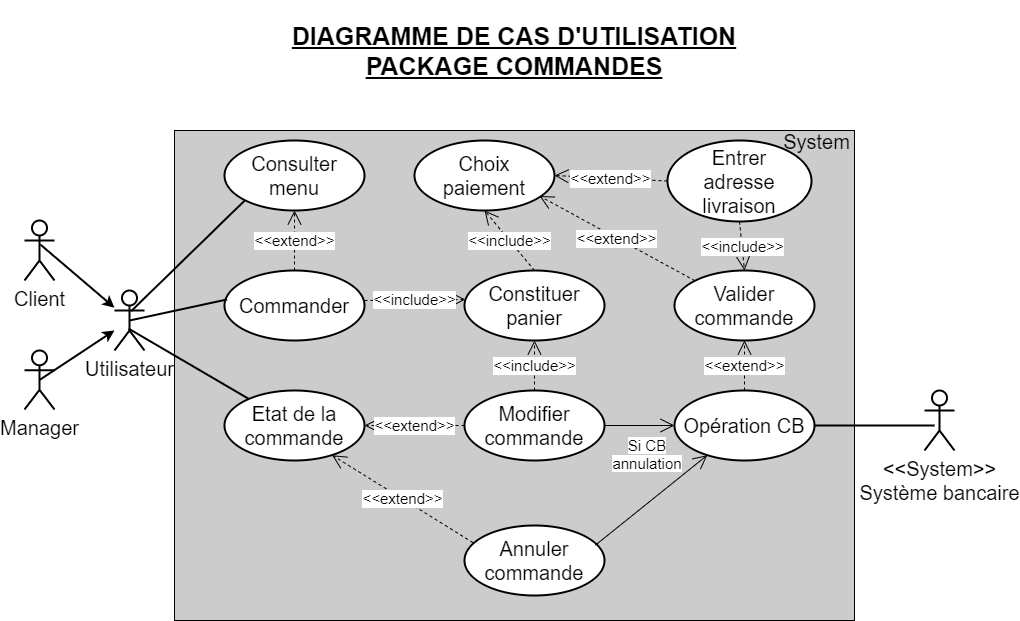
Before: diagrammes/diagramme de cas d'utilisation - commandes.png, a diagram exported from draw.io (Tony380/Projet4). Source tidied: cells renumbered, new cells last; positions are measured from the earlier drawing's top-left corner, leaving out a move shared by most shapes. Source of this version:
```xml
<mxGraphModel>
  <root>
    <mxCell id="0" />
    <mxCell id="1" parent="0" />
    <mxCell id="2" style="rounded=0;whiteSpace=wrap;html=1;fillColor=#CCCCCC;" parent="1" vertex="1">
      <mxGeometry x="150" y="130" width="680" height="490" as="geometry" />
    </mxCell>
    <mxCell id="3" value="&lt;font style=&quot;font-size: 20px&quot;&gt;&amp;lt;&amp;lt;System&amp;gt;&amp;gt;&lt;br&gt;Système bancaire&lt;/font&gt;" style="shape=umlActor;verticalLabelPosition=bottom;labelBackgroundColor=#ffffff;verticalAlign=top;html=1;strokeWidth=2;" parent="1" vertex="1">
      <mxGeometry x="900" y="390" width="30" height="60" as="geometry" />
    </mxCell>
    <mxCell id="4" value="&lt;font style=&quot;font-size: 20px&quot;&gt;Client&lt;/font&gt;" style="shape=umlActor;verticalLabelPosition=bottom;labelBackgroundColor=#ffffff;verticalAlign=top;html=1;strokeWidth=2;" parent="1" vertex="1">
      <mxGeometry y="220" width="30" height="60" as="geometry" />
    </mxCell>
    <mxCell id="5" value="&lt;font style=&quot;font-size: 20px&quot;&gt;Utilisateur&lt;/font&gt;" style="shape=umlActor;verticalLabelPosition=bottom;labelBackgroundColor=#ffffff;verticalAlign=top;html=1;strokeWidth=2;" parent="1" vertex="1">
      <mxGeometry x="90" y="290" width="30" height="60" as="geometry" />
    </mxCell>
    <mxCell id="6" value="&lt;font style=&quot;font-size: 20px&quot;&gt;Manager&lt;/font&gt;" style="shape=umlActor;verticalLabelPosition=bottom;labelBackgroundColor=#ffffff;verticalAlign=top;html=1;strokeWidth=2;" parent="1" vertex="1">
      <mxGeometry y="350" width="30" height="59" as="geometry" />
    </mxCell>
    <mxCell id="7" value="&lt;font style=&quot;font-size: 20px&quot;&gt;Consulter menu&lt;/font&gt;" style="ellipse;whiteSpace=wrap;html=1;strokeWidth=2;" parent="1" vertex="1">
      <mxGeometry x="200" y="140" width="140" height="70" as="geometry" />
    </mxCell>
    <mxCell id="8" value="&lt;font style=&quot;font-size: 20px&quot;&gt;Commander&lt;/font&gt;" style="ellipse;whiteSpace=wrap;html=1;strokeWidth=2;" parent="1" vertex="1">
      <mxGeometry x="200" y="270" width="140" height="70" as="geometry" />
    </mxCell>
    <mxCell id="9" value="&lt;font style=&quot;font-size: 20px&quot;&gt;Constituer panier&lt;/font&gt;" style="ellipse;whiteSpace=wrap;html=1;strokeWidth=2;" parent="1" vertex="1">
      <mxGeometry x="440" y="270" width="140" height="70" as="geometry" />
    </mxCell>
    <mxCell id="10" value="&lt;font style=&quot;font-size: 15px&quot;&gt;&amp;lt;&amp;lt;include&amp;gt;&amp;gt;&lt;/font&gt;" style="endArrow=open;endSize=12;dashed=1;html=1;entryX=0.007;entryY=0.414;entryDx=0;entryDy=0;entryPerimeter=0;" parent="1" edge="1" target="9">
      <mxGeometry relative="1" as="geometry">
        <mxPoint x="340" y="300" as="sourcePoint" />
      </mxGeometry>
    </mxCell>
    <mxCell id="11" value="&lt;font style=&quot;font-size: 20px&quot;&gt;Choix paiement&lt;/font&gt;" style="ellipse;whiteSpace=wrap;html=1;strokeWidth=2;" parent="1" vertex="1">
      <mxGeometry x="390" y="140" width="140" height="70" as="geometry" />
    </mxCell>
    <mxCell id="12" value="&lt;font style=&quot;font-size: 15px&quot;&gt;&amp;lt;&amp;lt;include&amp;gt;&amp;gt;&lt;/font&gt;" style="endArrow=open;endSize=12;dashed=1;html=1;entryX=0.5;entryY=1;entryDx=0;entryDy=0;" parent="1" edge="1" target="11">
      <mxGeometry relative="1" as="geometry">
        <mxPoint x="510" y="270" as="sourcePoint" />
      </mxGeometry>
    </mxCell>
    <mxCell id="13" value="&lt;font style=&quot;font-size: 20px&quot;&gt;Entrer&lt;br&gt;adresse livraison&lt;/font&gt;" style="ellipse;whiteSpace=wrap;html=1;strokeWidth=2;" parent="1" vertex="1">
      <mxGeometry x="643" y="140" width="144" height="81" as="geometry" />
    </mxCell>
    <mxCell id="14" value="&lt;font style=&quot;font-size: 15px&quot;&gt;&amp;lt;&amp;lt;extend&amp;gt;&amp;gt;&lt;/font&gt;" style="endArrow=open;endSize=12;dashed=1;html=1;entryX=1;entryY=0.5;entryDx=0;entryDy=0;exitX=0;exitY=0.5;exitDx=0;exitDy=0;" parent="1" edge="1" source="13" target="11">
      <mxGeometry relative="1" as="geometry" />
    </mxCell>
    <mxCell id="15" value="&lt;font style=&quot;font-size: 20px&quot;&gt;System&lt;/font&gt;" style="text;html=1;align=center;verticalAlign=middle;" parent="1" vertex="1">
      <mxGeometry x="753" y="130" width="77" height="21" as="geometry" />
    </mxCell>
    <mxCell id="16" value="&lt;font style=&quot;font-size: 20px&quot;&gt;Valider commande&lt;/font&gt;" style="ellipse;whiteSpace=wrap;html=1;strokeWidth=2;fillColor=#FFFFFF;" parent="1" vertex="1">
      <mxGeometry x="650" y="270" width="140" height="70" as="geometry" />
    </mxCell>
    <mxCell id="17" style="line;strokeWidth=2;fillColor=none;align=left;verticalAlign=middle;spacingTop=-1;spacingLeft=3;spacingRight=3;labelPosition=right;" parent="1" vertex="1">
      <mxGeometry x="790" y="421" width="120" height="8" as="geometry" />
    </mxCell>
    <mxCell id="18" value="&lt;font style=&quot;font-size: 15px&quot;&gt;&amp;lt;&amp;lt;include&amp;gt;&amp;gt;&lt;/font&gt;" style="endArrow=open;endSize=12;dashed=1;html=1;exitX=0.5;exitY=1;exitDx=0;exitDy=0;entryX=0.5;entryY=0;entryDx=0;entryDy=0;" parent="1" edge="1" source="13" target="16">
      <mxGeometry relative="1" as="geometry" />
    </mxCell>
    <mxCell id="19" value="&lt;font style=&quot;font-size: 15px&quot;&gt;&amp;lt;&amp;lt;extend&amp;gt;&amp;gt;&lt;/font&gt;" style="endArrow=open;endSize=12;dashed=1;html=1;exitX=0.5;exitY=0;exitDx=0;exitDy=0;entryX=0.5;entryY=1;entryDx=0;entryDy=0;" parent="1" edge="1" source="8" target="7">
      <mxGeometry relative="1" as="geometry" />
    </mxCell>
    <mxCell id="20" value="&lt;font style=&quot;font-size: 15px&quot;&gt;&amp;lt;&amp;lt;extend&amp;gt;&amp;gt;&lt;/font&gt;" style="endArrow=open;endSize=12;dashed=1;html=1;exitX=0;exitY=0;exitDx=0;exitDy=0;entryX=0.893;entryY=0.793;entryDx=0;entryDy=0;entryPerimeter=0;" parent="1" edge="1" source="16" target="11">
      <mxGeometry relative="1" as="geometry" />
    </mxCell>
    <mxCell id="21" value="&lt;font style=&quot;font-size: 20px&quot;&gt;Opération CB&lt;/font&gt;" style="ellipse;whiteSpace=wrap;html=1;strokeWidth=2;fillColor=#FFFFFF;" parent="1" vertex="1">
      <mxGeometry x="650" y="390" width="140" height="70" as="geometry" />
    </mxCell>
    <mxCell id="22" value="&lt;font style=&quot;font-size: 15px&quot;&gt;&amp;lt;&amp;lt;extend&amp;gt;&amp;gt;&lt;/font&gt;" style="endArrow=open;endSize=12;dashed=1;html=1;entryX=0.5;entryY=1;entryDx=0;entryDy=0;" parent="1" edge="1" source="21" target="16">
      <mxGeometry relative="1" as="geometry" />
    </mxCell>
    <mxCell id="23" value="&lt;font style=&quot;font-size: 20px&quot;&gt;Etat de la commande&lt;/font&gt;" style="ellipse;whiteSpace=wrap;html=1;strokeWidth=2;fillColor=#FFFFFF;" parent="1" vertex="1">
      <mxGeometry x="200" y="390" width="140" height="70" as="geometry" />
    </mxCell>
    <mxCell id="24" value="&lt;font style=&quot;font-size: 20px&quot;&gt;Annuler commande&lt;/font&gt;" style="ellipse;whiteSpace=wrap;html=1;strokeWidth=2;fillColor=#FFFFFF;" parent="1" vertex="1">
      <mxGeometry x="440" y="525" width="140" height="70" as="geometry" />
    </mxCell>
    <mxCell id="25" value="&lt;font style=&quot;font-size: 20px&quot;&gt;Modifier commande&lt;/font&gt;" style="ellipse;whiteSpace=wrap;html=1;strokeWidth=2;fillColor=#FFFFFF;" parent="1" vertex="1">
      <mxGeometry x="440" y="390" width="140" height="70" as="geometry" />
    </mxCell>
    <mxCell id="26" value="&lt;font style=&quot;font-size: 15px&quot;&gt;&amp;lt;&amp;lt;extend&amp;gt;&amp;gt;&lt;/font&gt;" style="endArrow=open;endSize=12;dashed=1;html=1;exitX=0;exitY=0.5;exitDx=0;exitDy=0;entryX=1;entryY=0.5;entryDx=0;entryDy=0;" parent="1" edge="1" source="25" target="23">
      <mxGeometry relative="1" as="geometry" />
    </mxCell>
    <mxCell id="27" value="&lt;font style=&quot;font-size: 15px&quot;&gt;&amp;lt;&amp;lt;extend&amp;gt;&amp;gt;&lt;/font&gt;" style="endArrow=open;endSize=12;dashed=1;html=1;exitX=0.061;exitY=0.245;exitDx=0;exitDy=0;exitPerimeter=0;entryX=0.769;entryY=0.925;entryDx=0;entryDy=0;entryPerimeter=0;" parent="1" edge="1" source="24" target="23">
      <mxGeometry relative="1" as="geometry" />
    </mxCell>
    <mxCell id="28" style="endArrow=open;endFill=1;endSize=12;html=1;exitX=0.935;exitY=0.281;exitDx=0;exitDy=0;exitPerimeter=0;" parent="1" edge="1" source="24" target="21">
      <mxGeometry relative="1" as="geometry" />
    </mxCell>
    <mxCell id="29" style="endArrow=open;endFill=1;endSize=12;html=1;exitX=1;exitY=0.5;exitDx=0;exitDy=0;entryX=0;entryY=0.5;entryDx=0;entryDy=0;" parent="1" edge="1" source="25" target="21">
      <mxGeometry relative="1" as="geometry" />
    </mxCell>
    <mxCell id="30" value="&lt;font style=&quot;font-size: 15px&quot;&gt;&amp;lt;&amp;lt;include&amp;gt;&amp;gt;&lt;/font&gt;" style="endArrow=open;endSize=12;dashed=1;html=1;entryX=0.5;entryY=1;entryDx=0;entryDy=0;exitX=0.5;exitY=0;exitDx=0;exitDy=0;" parent="1" edge="1" source="25" target="9">
      <mxGeometry relative="1" as="geometry" />
    </mxCell>
    <mxCell id="31" value="&lt;span style=&quot;background-color: rgb(255 , 255 , 255) ; font-size: 15px&quot;&gt;Si CB&lt;br&gt;annulation&lt;/span&gt;" style="text;html=1;align=center;verticalAlign=middle;whiteSpace=wrap;rounded=0;" parent="1" vertex="1">
      <mxGeometry x="590" y="429" width="66" height="50" as="geometry" />
    </mxCell>
    <mxCell id="32" value="&lt;font style=&quot;font-size: 25px&quot;&gt;&lt;b&gt;&lt;u&gt;DIAGRAMME DE CAS D'UTILISATION&lt;br&gt;PACKAGE COMMANDES&lt;/u&gt;&lt;/b&gt;&lt;/font&gt;" style="text;html=1;strokeColor=none;fillColor=none;align=center;verticalAlign=middle;whiteSpace=wrap;rounded=0;" parent="1" vertex="1">
      <mxGeometry x="245" width="490" height="100" as="geometry" />
    </mxCell>
    <mxCell id="33" style="endArrow=none;html=1;strokeWidth=2;entryX=0;entryY=1;entryDx=0;entryDy=0;exitX=0.556;exitY=0.344;exitDx=0;exitDy=0;exitPerimeter=0;" parent="1" edge="1" source="5" target="7">
      <mxGeometry relative="1" as="geometry" />
    </mxCell>
    <mxCell id="34" style="endArrow=none;html=1;strokeWidth=2;exitX=0.5;exitY=0.5;exitDx=0;exitDy=0;exitPerimeter=0;entryX=0.018;entryY=0.414;entryDx=0;entryDy=0;entryPerimeter=0;" parent="1" edge="1" source="5" target="8">
      <mxGeometry relative="1" as="geometry" />
    </mxCell>
    <mxCell id="35" style="endArrow=none;html=1;strokeWidth=2;exitX=0.472;exitY=0.636;exitDx=0;exitDy=0;exitPerimeter=0;" parent="1" edge="1" source="5" target="23">
      <mxGeometry relative="1" as="geometry" />
    </mxCell>
    <mxCell id="36" style="endArrow=classic;html=1;strokeWidth=2;exitX=0.528;exitY=0.4;exitDx=0;exitDy=0;exitPerimeter=0;" parent="1" edge="1" source="4" target="5">
      <mxGeometry relative="1" as="geometry" />
    </mxCell>
    <mxCell id="37" style="endArrow=classic;html=1;strokeWidth=2;exitX=0.5;exitY=0.5;exitDx=0;exitDy=0;exitPerimeter=0;" parent="1" edge="1" source="6" target="5">
      <mxGeometry relative="1" as="geometry" />
    </mxCell>
  </root>
</mxGraphModel>
```
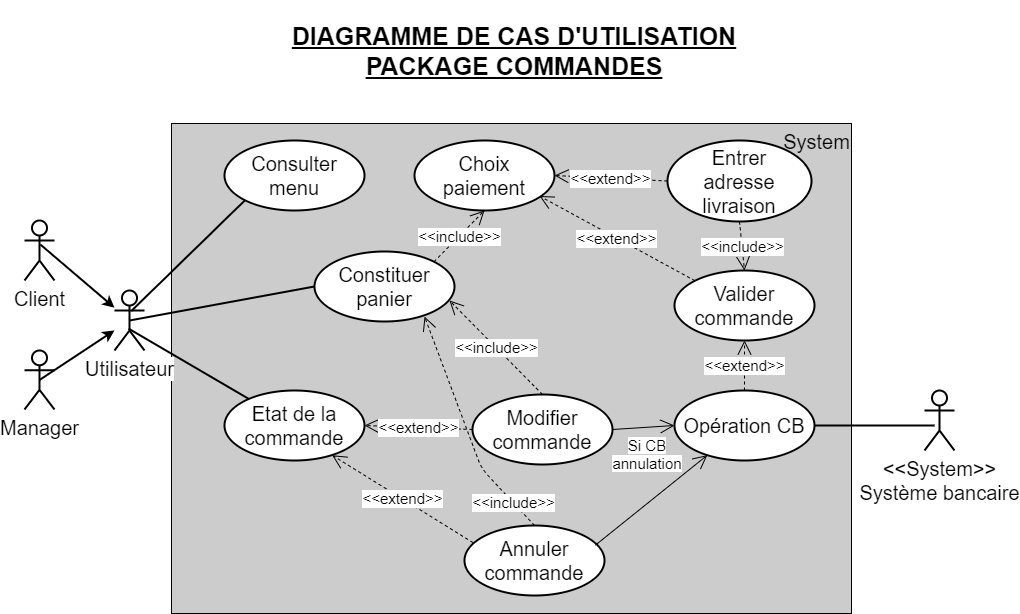
The same file after the commit.

The edit, as a diff of the source:
```diff
@@ -3,7 +3,7 @@
     <mxCell id="0" />
     <mxCell id="1" parent="0" />
     <mxCell id="2" style="rounded=0;whiteSpace=wrap;html=1;fillColor=#CCCCCC;" parent="1" vertex="1">
-      <mxGeometry x="150" y="130" width="680" height="490" as="geometry" />
+      <mxGeometry x="147" y="123" width="680" height="490" as="geometry" />
     </mxCell>
     <mxCell id="3" value="&lt;font style=&quot;font-size: 20px&quot;&gt;&amp;lt;&amp;lt;System&amp;gt;&amp;gt;&lt;br&gt;Système bancaire&lt;/font&gt;" style="shape=umlActor;verticalLabelPosition=bottom;labelBackgroundColor=#ffffff;verticalAlign=top;html=1;strokeWidth=2;" parent="1" vertex="1">
       <mxGeometry x="900" y="390" width="30" height="60" as="geometry" />
@@ -20,24 +20,14 @@
     <mxCell id="7" value="&lt;font style=&quot;font-size: 20px&quot;&gt;Consulter menu&lt;/font&gt;" style="ellipse;whiteSpace=wrap;html=1;strokeWidth=2;" parent="1" vertex="1">
       <mxGeometry x="200" y="140" width="140" height="70" as="geometry" />
     </mxCell>
-    <mxCell id="8" value="&lt;font style=&quot;font-size: 20px&quot;&gt;Commander&lt;/font&gt;" style="ellipse;whiteSpace=wrap;html=1;strokeWidth=2;" parent="1" vertex="1">
-      <mxGeometry x="200" y="270" width="140" height="70" as="geometry" />
-    </mxCell>
     <mxCell id="9" value="&lt;font style=&quot;font-size: 20px&quot;&gt;Constituer panier&lt;/font&gt;" style="ellipse;whiteSpace=wrap;html=1;strokeWidth=2;" parent="1" vertex="1">
-      <mxGeometry x="440" y="270" width="140" height="70" as="geometry" />
+      <mxGeometry x="290" y="251" width="140" height="70" as="geometry" />
     </mxCell>
-    <mxCell id="10" value="&lt;font style=&quot;font-size: 15px&quot;&gt;&amp;lt;&amp;lt;include&amp;gt;&amp;gt;&lt;/font&gt;" style="endArrow=open;endSize=12;dashed=1;html=1;entryX=0.007;entryY=0.414;entryDx=0;entryDy=0;entryPerimeter=0;" parent="1" edge="1" target="9">
-      <mxGeometry relative="1" as="geometry">
-        <mxPoint x="340" y="300" as="sourcePoint" />
-      </mxGeometry>
-    </mxCell>
     <mxCell id="11" value="&lt;font style=&quot;font-size: 20px&quot;&gt;Choix paiement&lt;/font&gt;" style="ellipse;whiteSpace=wrap;html=1;strokeWidth=2;" parent="1" vertex="1">
       <mxGeometry x="390" y="140" width="140" height="70" as="geometry" />
     </mxCell>
-    <mxCell id="12" value="&lt;font style=&quot;font-size: 15px&quot;&gt;&amp;lt;&amp;lt;include&amp;gt;&amp;gt;&lt;/font&gt;" style="endArrow=open;endSize=12;dashed=1;html=1;entryX=0.5;entryY=1;entryDx=0;entryDy=0;" parent="1" edge="1" target="11">
-      <mxGeometry relative="1" as="geometry">
-        <mxPoint x="510" y="270" as="sourcePoint" />
-      </mxGeometry>
+    <mxCell id="12" value="&lt;font style=&quot;font-size: 15px&quot;&gt;&amp;lt;&amp;lt;include&amp;gt;&amp;gt;&lt;/font&gt;" style="endArrow=open;endSize=12;dashed=1;html=1;entryX=0.5;entryY=1;entryDx=0;entryDy=0;exitX=1;exitY=0;exitDx=0;exitDy=0;" parent="1" edge="1" source="9" target="11">
+      <mxGeometry relative="1" as="geometry" />
     </mxCell>
     <mxCell id="13" value="&lt;font style=&quot;font-size: 20px&quot;&gt;Entrer&lt;br&gt;adresse livraison&lt;/font&gt;" style="ellipse;whiteSpace=wrap;html=1;strokeWidth=2;" parent="1" vertex="1">
       <mxGeometry x="643" y="140" width="144" height="81" as="geometry" />
@@ -57,9 +47,6 @@
     <mxCell id="18" value="&lt;font style=&quot;font-size: 15px&quot;&gt;&amp;lt;&amp;lt;include&amp;gt;&amp;gt;&lt;/font&gt;" style="endArrow=open;endSize=12;dashed=1;html=1;exitX=0.5;exitY=1;exitDx=0;exitDy=0;entryX=0.5;entryY=0;entryDx=0;entryDy=0;" parent="1" edge="1" source="13" target="16">
       <mxGeometry relative="1" as="geometry" />
     </mxCell>
-    <mxCell id="19" value="&lt;font style=&quot;font-size: 15px&quot;&gt;&amp;lt;&amp;lt;extend&amp;gt;&amp;gt;&lt;/font&gt;" style="endArrow=open;endSize=12;dashed=1;html=1;exitX=0.5;exitY=0;exitDx=0;exitDy=0;entryX=0.5;entryY=1;entryDx=0;entryDy=0;" parent="1" edge="1" source="8" target="7">
-      <mxGeometry relative="1" as="geometry" />
-    </mxCell>
     <mxCell id="20" value="&lt;font style=&quot;font-size: 15px&quot;&gt;&amp;lt;&amp;lt;extend&amp;gt;&amp;gt;&lt;/font&gt;" style="endArrow=open;endSize=12;dashed=1;html=1;exitX=0;exitY=0;exitDx=0;exitDy=0;entryX=0.893;entryY=0.793;entryDx=0;entryDy=0;entryPerimeter=0;" parent="1" edge="1" source="16" target="11">
       <mxGeometry relative="1" as="geometry" />
     </mxCell>
@@ -76,7 +63,7 @@
       <mxGeometry x="440" y="525" width="140" height="70" as="geometry" />
     </mxCell>
     <mxCell id="25" value="&lt;font style=&quot;font-size: 20px&quot;&gt;Modifier commande&lt;/font&gt;" style="ellipse;whiteSpace=wrap;html=1;strokeWidth=2;fillColor=#FFFFFF;" parent="1" vertex="1">
-      <mxGeometry x="440" y="390" width="140" height="70" as="geometry" />
+      <mxGeometry x="448" y="394" width="140" height="70" as="geometry" />
     </mxCell>
     <mxCell id="26" value="&lt;font style=&quot;font-size: 15px&quot;&gt;&amp;lt;&amp;lt;extend&amp;gt;&amp;gt;&lt;/font&gt;" style="endArrow=open;endSize=12;dashed=1;html=1;exitX=0;exitY=0.5;exitDx=0;exitDy=0;entryX=1;entryY=0.5;entryDx=0;entryDy=0;" parent="1" edge="1" source="25" target="23">
       <mxGeometry relative="1" as="geometry" />
@@ -90,7 +77,7 @@
     <mxCell id="29" style="endArrow=open;endFill=1;endSize=12;html=1;exitX=1;exitY=0.5;exitDx=0;exitDy=0;entryX=0;entryY=0.5;entryDx=0;entryDy=0;" parent="1" edge="1" source="25" target="21">
       <mxGeometry relative="1" as="geometry" />
     </mxCell>
-    <mxCell id="30" value="&lt;font style=&quot;font-size: 15px&quot;&gt;&amp;lt;&amp;lt;include&amp;gt;&amp;gt;&lt;/font&gt;" style="endArrow=open;endSize=12;dashed=1;html=1;entryX=0.5;entryY=1;entryDx=0;entryDy=0;exitX=0.5;exitY=0;exitDx=0;exitDy=0;" parent="1" edge="1" source="25" target="9">
+    <mxCell id="30" value="&lt;font style=&quot;font-size: 15px&quot;&gt;&amp;lt;&amp;lt;include&amp;gt;&amp;gt;&lt;/font&gt;" style="endArrow=open;endSize=12;dashed=1;html=1;entryX=0.964;entryY=0.7;entryDx=0;entryDy=0;exitX=0.5;exitY=0;exitDx=0;exitDy=0;entryPerimeter=0;" parent="1" edge="1" source="25" target="9">
       <mxGeometry relative="1" as="geometry" />
     </mxCell>
     <mxCell id="31" value="&lt;span style=&quot;background-color: rgb(255 , 255 , 255) ; font-size: 15px&quot;&gt;Si CB&lt;br&gt;annulation&lt;/span&gt;" style="text;html=1;align=center;verticalAlign=middle;whiteSpace=wrap;rounded=0;" parent="1" vertex="1">
@@ -102,7 +89,7 @@
     <mxCell id="33" style="endArrow=none;html=1;strokeWidth=2;entryX=0;entryY=1;entryDx=0;entryDy=0;exitX=0.556;exitY=0.344;exitDx=0;exitDy=0;exitPerimeter=0;" parent="1" edge="1" source="5" target="7">
       <mxGeometry relative="1" as="geometry" />
     </mxCell>
-    <mxCell id="34" style="endArrow=none;html=1;strokeWidth=2;exitX=0.5;exitY=0.5;exitDx=0;exitDy=0;exitPerimeter=0;entryX=0.018;entryY=0.414;entryDx=0;entryDy=0;entryPerimeter=0;" parent="1" edge="1" source="5" target="8">
+    <mxCell id="34" style="endArrow=none;html=1;strokeWidth=2;exitX=0.5;exitY=0.5;exitDx=0;exitDy=0;exitPerimeter=0;entryX=0;entryY=0.5;entryDx=0;entryDy=0;" parent="1" edge="1" source="5" target="9">
       <mxGeometry relative="1" as="geometry" />
     </mxCell>
     <mxCell id="35" style="endArrow=none;html=1;strokeWidth=2;exitX=0.472;exitY=0.636;exitDx=0;exitDy=0;exitPerimeter=0;" parent="1" edge="1" source="5" target="23">
@@ -114,5 +101,12 @@
     <mxCell id="37" style="endArrow=classic;html=1;strokeWidth=2;exitX=0.5;exitY=0.5;exitDx=0;exitDy=0;exitPerimeter=0;" parent="1" edge="1" source="6" target="5">
       <mxGeometry relative="1" as="geometry" />
     </mxCell>
+    <mxCell id="10" value="&lt;font style=&quot;font-size: 15px&quot;&gt;&amp;lt;&amp;lt;include&amp;gt;&amp;gt;&lt;/font&gt;" style="endArrow=open;endSize=12;dashed=1;html=1;exitX=0.5;exitY=0;exitDx=0;exitDy=0;entryX=0.786;entryY=0.929;entryDx=0;entryDy=0;entryPerimeter=0;" parent="1" edge="1" source="24" target="9">
+      <mxGeometry x="-0.74" relative="1" as="geometry">
+        <Array as="points">
+          <mxPoint x="457" y="468" />
+        </Array>
+      </mxGeometry>
+    </mxCell>
   </root>
 </mxGraphModel>
```
